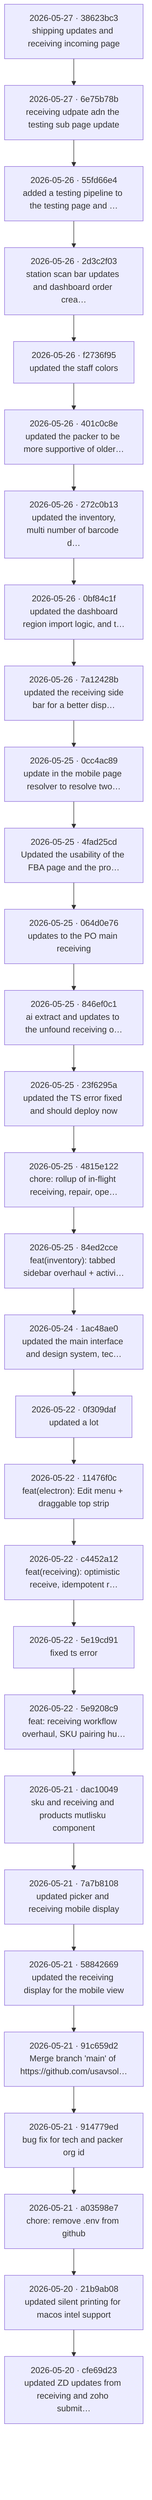
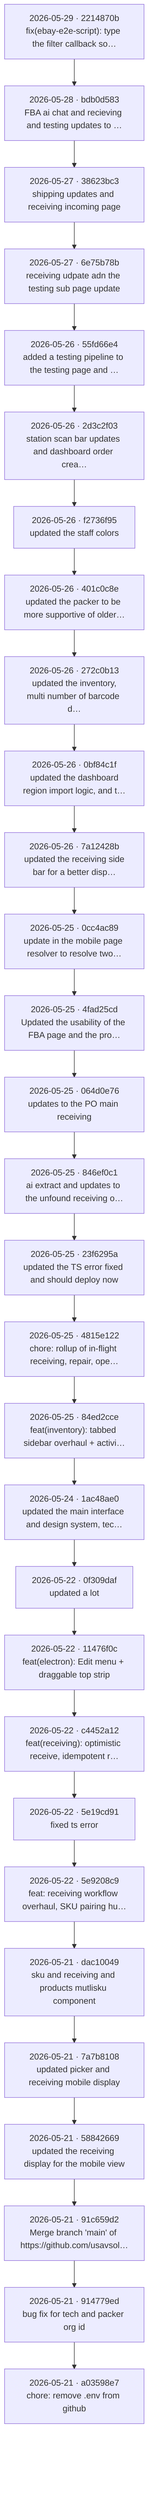
flowchart TB
-   c0["2026-05-27 · 38623bc3<br/>shipping updates and receiving incoming page"]
-   c1["2026-05-27 · 6e75b78b<br/>receiving udpate adn the testing sub page update"]
+   c0["2026-05-29 · 2214870b<br/>fix(ebay-e2e-script): type the filter callback so…"]
+   c1["2026-05-28 · bdb0d583<br/>FBA ai chat and recieving and testing updates to …"]
  c0 --> c1
-   c2["2026-05-26 · 55fd66e4<br/>added a testing pipeline to the testing page and …"]
+   c2["2026-05-27 · 38623bc3<br/>shipping updates and receiving incoming page"]
  c1 --> c2
-   c3["2026-05-26 · 2d3c2f03<br/>station scan bar updates and dashboard order crea…"]
+   c3["2026-05-27 · 6e75b78b<br/>receiving udpate adn the testing sub page update"]
  c2 --> c3
-   c4["2026-05-26 · f2736f95<br/>updated the staff colors"]
+   c4["2026-05-26 · 55fd66e4<br/>added a testing pipeline to the testing page and …"]
  c3 --> c4
-   c5["2026-05-26 · 401c0c8e<br/>updated the packer to be more supportive of older…"]
+   c5["2026-05-26 · 2d3c2f03<br/>station scan bar updates and dashboard order crea…"]
  c4 --> c5
-   c6["2026-05-26 · 272c0b13<br/> updated the inventory, multi number of barcode d…"]
+   c6["2026-05-26 · f2736f95<br/>updated the staff colors"]
  c5 --> c6
-   c7["2026-05-26 · 0bf84c1f<br/> updated the dashboard region import logic, and t…"]
+   c7["2026-05-26 · 401c0c8e<br/>updated the packer to be more supportive of older…"]
  c6 --> c7
-   c8["2026-05-26 · 7a12428b<br/> updated the receiving side bar for a better disp…"]
+   c8["2026-05-26 · 272c0b13<br/> updated the inventory, multi number of barcode d…"]
  c7 --> c8
-   c9["2026-05-25 · 0cc4ac89<br/>update in the mobile page resolver to resolve two…"]
+   c9["2026-05-26 · 0bf84c1f<br/> updated the dashboard region import logic, and t…"]
  c8 --> c9
-   c10["2026-05-25 · 4fad25cd<br/>Updated the usability of the FBA page and the pro…"]
+   c10["2026-05-26 · 7a12428b<br/> updated the receiving side bar for a better disp…"]
  c9 --> c10
-   c11["2026-05-25 · 064d0e76<br/>updates to the PO main receiving"]
+   c11["2026-05-25 · 0cc4ac89<br/>update in the mobile page resolver to resolve two…"]
  c10 --> c11
-   c12["2026-05-25 · 846ef0c1<br/>ai extract and updates to the unfound receiving o…"]
+   c12["2026-05-25 · 4fad25cd<br/>Updated the usability of the FBA page and the pro…"]
  c11 --> c12
-   c13["2026-05-25 · 23f6295a<br/>updated the TS error fixed and should deploy now"]
+   c13["2026-05-25 · 064d0e76<br/>updates to the PO main receiving"]
  c12 --> c13
-   c14["2026-05-25 · 4815e122<br/>chore: rollup of in-flight receiving, repair, ope…"]
+   c14["2026-05-25 · 846ef0c1<br/>ai extract and updates to the unfound receiving o…"]
  c13 --> c14
-   c15["2026-05-25 · 84ed2cce<br/>feat(inventory): tabbed sidebar overhaul + activi…"]
+   c15["2026-05-25 · 23f6295a<br/>updated the TS error fixed and should deploy now"]
  c14 --> c15
-   c16["2026-05-24 · 1ac48ae0<br/>updated the main interface and design system, tec…"]
+   c16["2026-05-25 · 4815e122<br/>chore: rollup of in-flight receiving, repair, ope…"]
  c15 --> c16
-   c17["2026-05-22 · 0f309daf<br/>updated a lot"]
+   c17["2026-05-25 · 84ed2cce<br/>feat(inventory): tabbed sidebar overhaul + activi…"]
  c16 --> c17
-   c18["2026-05-22 · 11476f0c<br/>feat(electron): Edit menu + draggable top strip"]
+   c18["2026-05-24 · 1ac48ae0<br/>updated the main interface and design system, tec…"]
  c17 --> c18
-   c19["2026-05-22 · c4452a12<br/>feat(receiving): optimistic receive, idempotent r…"]
+   c19["2026-05-22 · 0f309daf<br/>updated a lot"]
  c18 --> c19
-   c20["2026-05-22 · 5e19cd91<br/>fixed ts error"]
+   c20["2026-05-22 · 11476f0c<br/>feat(electron): Edit menu + draggable top strip"]
  c19 --> c20
-   c21["2026-05-22 · 5e9208c9<br/>feat: receiving workflow overhaul, SKU pairing hu…"]
+   c21["2026-05-22 · c4452a12<br/>feat(receiving): optimistic receive, idempotent r…"]
  c20 --> c21
-   c22["2026-05-21 · dac10049<br/>sku and receiving and products mutlisku component"]
+   c22["2026-05-22 · 5e19cd91<br/>fixed ts error"]
  c21 --> c22
-   c23["2026-05-21 · 7a7b8108<br/>updated picker and receiving mobile display"]
+   c23["2026-05-22 · 5e9208c9<br/>feat: receiving workflow overhaul, SKU pairing hu…"]
  c22 --> c23
-   c24["2026-05-21 · 58842669<br/>updated the receiving display for the mobile view"]
+   c24["2026-05-21 · dac10049<br/>sku and receiving and products mutlisku component"]
  c23 --> c24
-   c25["2026-05-21 · 91c659d2<br/>Merge branch 'main' of https://github.com/usavsol…"]
+   c25["2026-05-21 · 7a7b8108<br/>updated picker and receiving mobile display"]
  c24 --> c25
-   c26["2026-05-21 · 914779ed<br/>bug fix for tech and packer org id"]
+   c26["2026-05-21 · 58842669<br/>updated the receiving display for the mobile view"]
  c25 --> c26
-   c27["2026-05-21 · a03598e7<br/>chore: remove .env from github"]
+   c27["2026-05-21 · 91c659d2<br/>Merge branch 'main' of https://github.com/usavsol…"]
  c26 --> c27
-   c28["2026-05-20 · 21b9ab08<br/>updated silent printing for macos intel support"]
+   c28["2026-05-21 · 914779ed<br/>bug fix for tech and packer org id"]
  c27 --> c28
-   c29["2026-05-20 · cfe69d23<br/>updated ZD updates from receiving and zoho submit…"]
+   c29["2026-05-21 · a03598e7<br/>chore: remove .env from github"]
  c28 --> c29